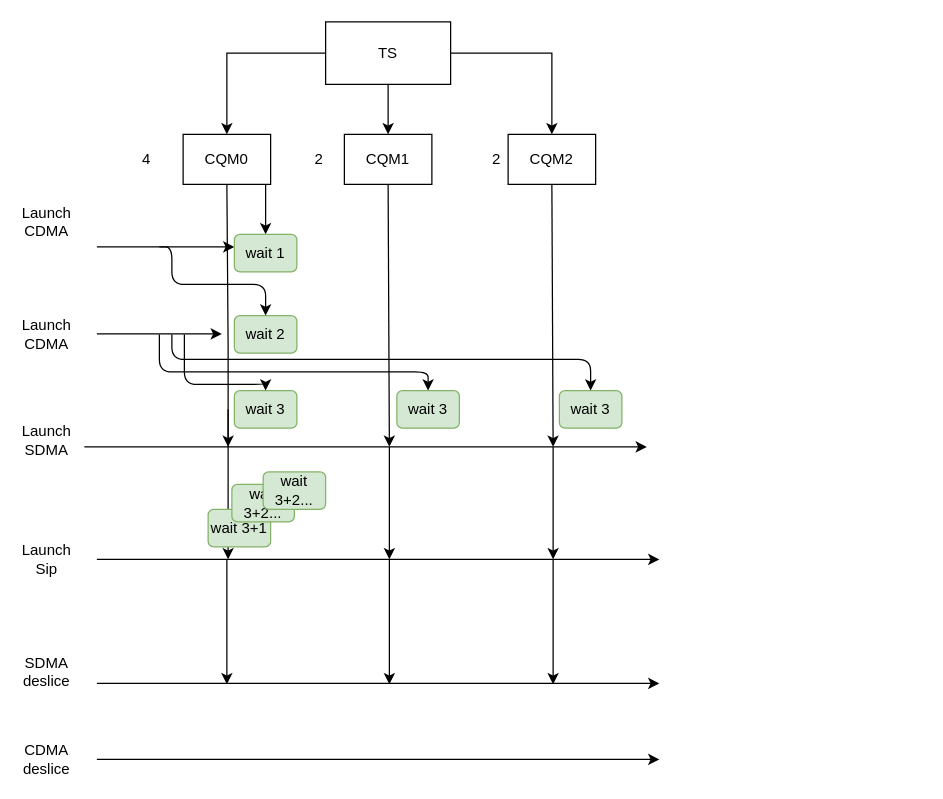
huntershuai/file_sync keeps this draw.io diagram as cqm_inter_sync.drawio. Above is the earlier version. Source tidied: cells renumbered, new cells numbered last; positions are measured from the earlier drawing's top-left corner, leaving out a move shared by most shapes. Both pictures are drawn from the tidied source at 125%, with x=0, y=0 at pixel (21, 21).
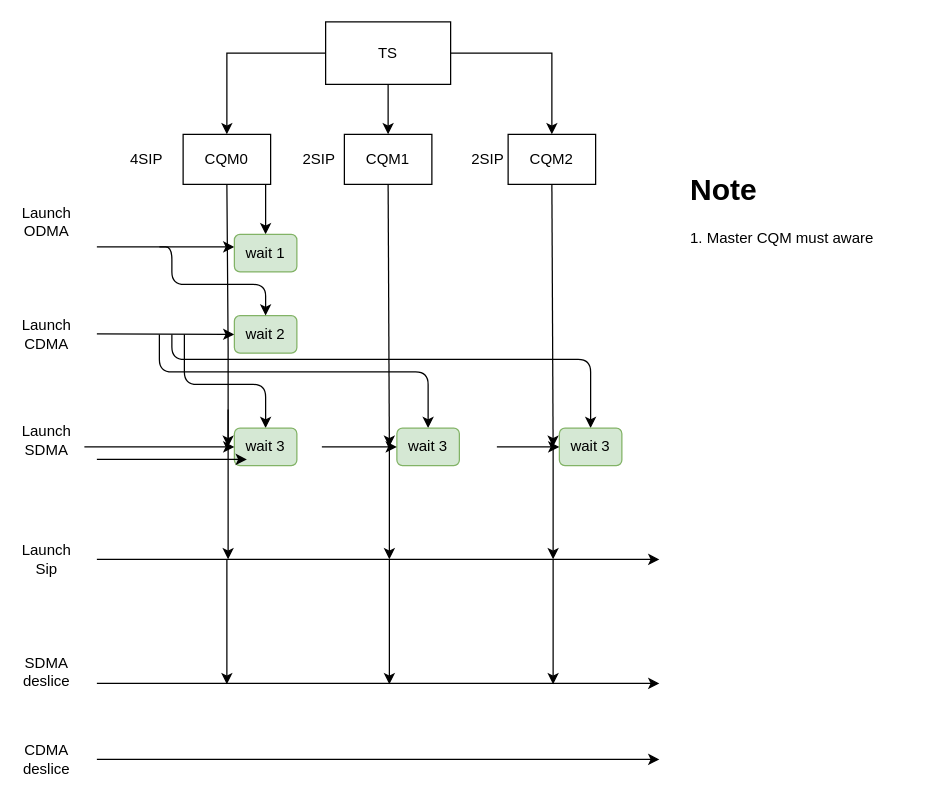
The same diagram, later.

Unchanged cells that the change refers to:
```xml
<mxCell id="33" value="wait 2" style="rounded=1;whiteSpace=wrap;html=1;fillColor=#d5e8d4;strokeColor=#82b366;" parent="1" vertex="1">
  <mxGeometry x="170" y="235" width="50" height="30" as="geometry" />
</mxCell>
```

Change to the diagram source:
```diff
@@
-    <mxCell id="16" style="edgeStyle=none;rounded=0;orthogonalLoop=1;jettySize=auto;html=1;" parent="1" edge="1">
-      <mxGeometry relative="1" as="geometry">
-        <mxPoint x="50" y="340" as="sourcePoint" />
-        <mxPoint x="500" y="340" as="targetPoint" />
-      </mxGeometry>
-    </mxCell>
@@
-    <mxCell id="29" value="Launch CDMA" style="text;html=1;strokeColor=none;fillColor=none;align=center;verticalAlign=middle;whiteSpace=wrap;rounded=0;" parent="1" vertex="1">
+    <mxCell id="29" value="Launch ODMA" style="text;html=1;strokeColor=none;fillColor=none;align=center;verticalAlign=middle;whiteSpace=wrap;rounded=0;" parent="1" vertex="1">
       <mxGeometry y="150" width="40" height="20" as="geometry" />
     </mxCell>
-    <mxCell id="30" style="edgeStyle=none;rounded=0;orthogonalLoop=1;jettySize=auto;html=1;" parent="1" edge="1">
+    <mxCell id="30" style="edgeStyle=none;rounded=0;jettySize=auto;html=1;entryX=0;entryY=0.5;entryDx=0;entryDy=0;" parent="1" edge="1" target="33">
       <mxGeometry relative="1" as="geometry">
         <mxPoint x="60" y="249.6" as="sourcePoint" />
-        <mxPoint x="160" y="249.6" as="targetPoint" />
       </mxGeometry>
     </mxCell>
@@
-    <mxCell id="34" value="wait 3" style="rounded=1;whiteSpace=wrap;html=1;fillColor=#d5e8d4;strokeColor=#82b366;" parent="1" vertex="1">
-      <mxGeometry x="170" y="295" width="50" height="30" as="geometry" />
-    </mxCell>
@@
-    <mxCell id="36" value="wait 3" style="rounded=1;whiteSpace=wrap;html=1;fillColor=#d5e8d4;strokeColor=#82b366;" parent="1" vertex="1">
-      <mxGeometry x="300" y="295" width="50" height="30" as="geometry" />
-    </mxCell>
-    <mxCell id="37" value="wait 3" style="rounded=1;whiteSpace=wrap;html=1;fillColor=#d5e8d4;strokeColor=#82b366;" parent="1" vertex="1">
-      <mxGeometry x="430" y="295" width="50" height="30" as="geometry" />
-    </mxCell>
@@
-    <mxCell id="40" value="wait 3+1" style="rounded=1;whiteSpace=wrap;html=1;fillColor=#d5e8d4;strokeColor=#82b366;" parent="1" vertex="1">
-      <mxGeometry x="149" y="390" width="50" height="30" as="geometry" />
-    </mxCell>
-    <mxCell id="41" value="4" style="text;html=1;strokeColor=none;fillColor=none;align=center;verticalAlign=middle;whiteSpace=wrap;rounded=0;" parent="1" vertex="1">
+    <mxCell id="41" value="4SIP" style="text;html=1;strokeColor=none;fillColor=none;align=center;verticalAlign=middle;whiteSpace=wrap;rounded=0;" parent="1" vertex="1">
       <mxGeometry x="80" y="100" width="40" height="20" as="geometry" />
     </mxCell>
-    <mxCell id="42" value="2" style="text;html=1;strokeColor=none;fillColor=none;align=center;verticalAlign=middle;whiteSpace=wrap;rounded=0;" parent="1" vertex="1">
+    <mxCell id="42" value="2SIP" style="text;html=1;strokeColor=none;fillColor=none;align=center;verticalAlign=middle;whiteSpace=wrap;rounded=0;" parent="1" vertex="1">
       <mxGeometry x="218" y="100" width="40" height="20" as="geometry" />
     </mxCell>
-    <mxCell id="43" value="2" style="text;html=1;strokeColor=none;fillColor=none;align=center;verticalAlign=middle;whiteSpace=wrap;rounded=0;" parent="1" vertex="1">
-      <mxGeometry x="360" y="100" width="40" height="20" as="geometry" />
+    <mxCell id="43" value="2SIP" style="text;html=1;strokeColor=none;fillColor=none;align=center;verticalAlign=middle;whiteSpace=wrap;rounded=0;" parent="1" vertex="1">
+      <mxGeometry x="353" y="100" width="40" height="20" as="geometry" />
     </mxCell>
-    <mxCell id="44" value="wait 3+2..." style="rounded=1;whiteSpace=wrap;html=1;fillColor=#d5e8d4;strokeColor=#82b366;" parent="1" vertex="1">
-      <mxGeometry x="168" y="370" width="50" height="30" as="geometry" />
-    </mxCell>
-    <mxCell id="45" value="wait 3+2..." style="rounded=1;whiteSpace=wrap;html=1;fillColor=#d5e8d4;strokeColor=#82b366;" parent="1" vertex="1">
-      <mxGeometry x="193" y="360" width="50" height="30" as="geometry" />
-    </mxCell>
+    <mxCell id="34" value="wait 3" style="rounded=1;whiteSpace=wrap;html=1;fillColor=#d5e8d4;strokeColor=#82b366;" parent="1" vertex="1">
+      <mxGeometry x="170" y="325" width="50" height="30" as="geometry" />
+    </mxCell>
+    <mxCell id="46" style="edgeStyle=none;rounded=0;jettySize=auto;html=1;" parent="1" edge="1" target="34">
+      <mxGeometry relative="1" as="geometry">
+        <mxPoint x="50" y="340" as="sourcePoint" />
+      </mxGeometry>
+    </mxCell>
+    <mxCell id="36" value="wait 3" style="rounded=1;whiteSpace=wrap;html=1;fillColor=#d5e8d4;strokeColor=#82b366;" parent="1" vertex="1">
+      <mxGeometry x="300" y="325" width="50" height="30" as="geometry" />
+    </mxCell>
+    <mxCell id="47" style="edgeStyle=none;rounded=0;jettySize=auto;html=1;" parent="1" edge="1" target="36">
+      <mxGeometry relative="1" as="geometry">
+        <mxPoint x="240" y="340" as="sourcePoint" />
+      </mxGeometry>
+    </mxCell>
+    <mxCell id="37" value="wait 3" style="rounded=1;whiteSpace=wrap;html=1;fillColor=#d5e8d4;strokeColor=#82b366;" parent="1" vertex="1">
+      <mxGeometry x="430" y="325" width="50" height="30" as="geometry" />
+    </mxCell>
+    <mxCell id="48" style="edgeStyle=none;rounded=0;jettySize=auto;html=1;" parent="1" edge="1" target="37">
+      <mxGeometry relative="1" as="geometry">
+        <mxPoint x="380" y="340" as="sourcePoint" />
+      </mxGeometry>
+    </mxCell>
+    <mxCell id="49" value="&lt;h1&gt;Note&lt;/h1&gt;&lt;p&gt;1. Master CQM must aware&amp;nbsp;&lt;/p&gt;" style="text;html=1;strokeColor=none;fillColor=none;spacing=5;spacingTop=-20;whiteSpace=wrap;overflow=hidden;rounded=0;" parent="1" vertex="1">
+      <mxGeometry x="530" y="115" width="190" height="120" as="geometry" />
+    </mxCell>
+    <mxCell id="50" style="edgeStyle=none;rounded=0;orthogonalLoop=1;jettySize=auto;html=1;" parent="1" edge="1">
+      <mxGeometry relative="1" as="geometry">
+        <mxPoint x="60" y="350" as="sourcePoint" />
+        <mxPoint x="180" y="350" as="targetPoint" />
+      </mxGeometry>
+    </mxCell>
```
